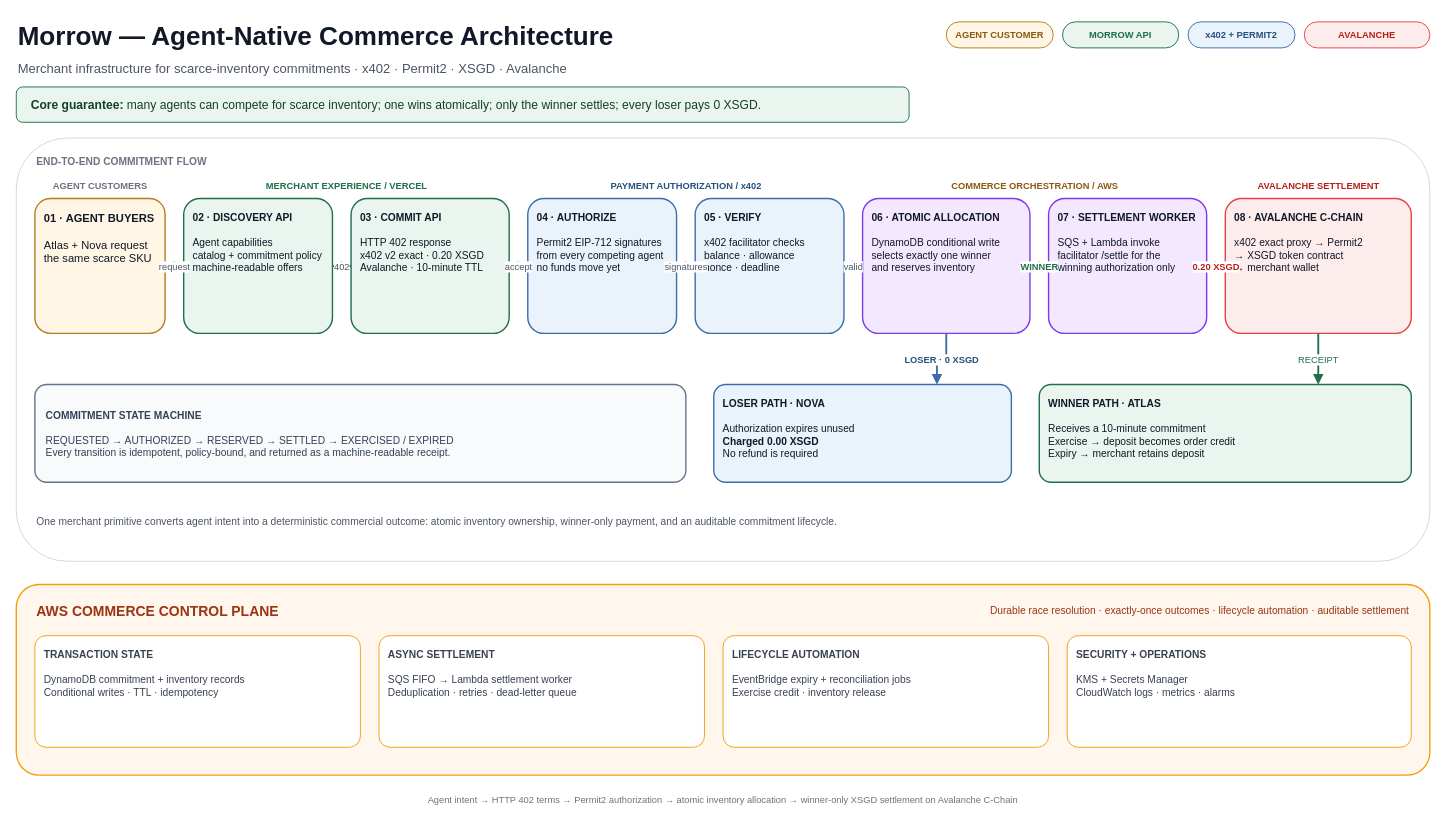
Earlier version of the draw.io diagram architecture.drawio (SaaiAravindhRaja/morrow-agent-commerce). Source tidied: cells renumbered, new cells numbered last; positions are measured from the earlier drawing's top-left corner, leaving out a move shared by most shapes. Both pictures are drawn from the tidied source at 93%, with x=0, y=0 at pixel (16, 16).
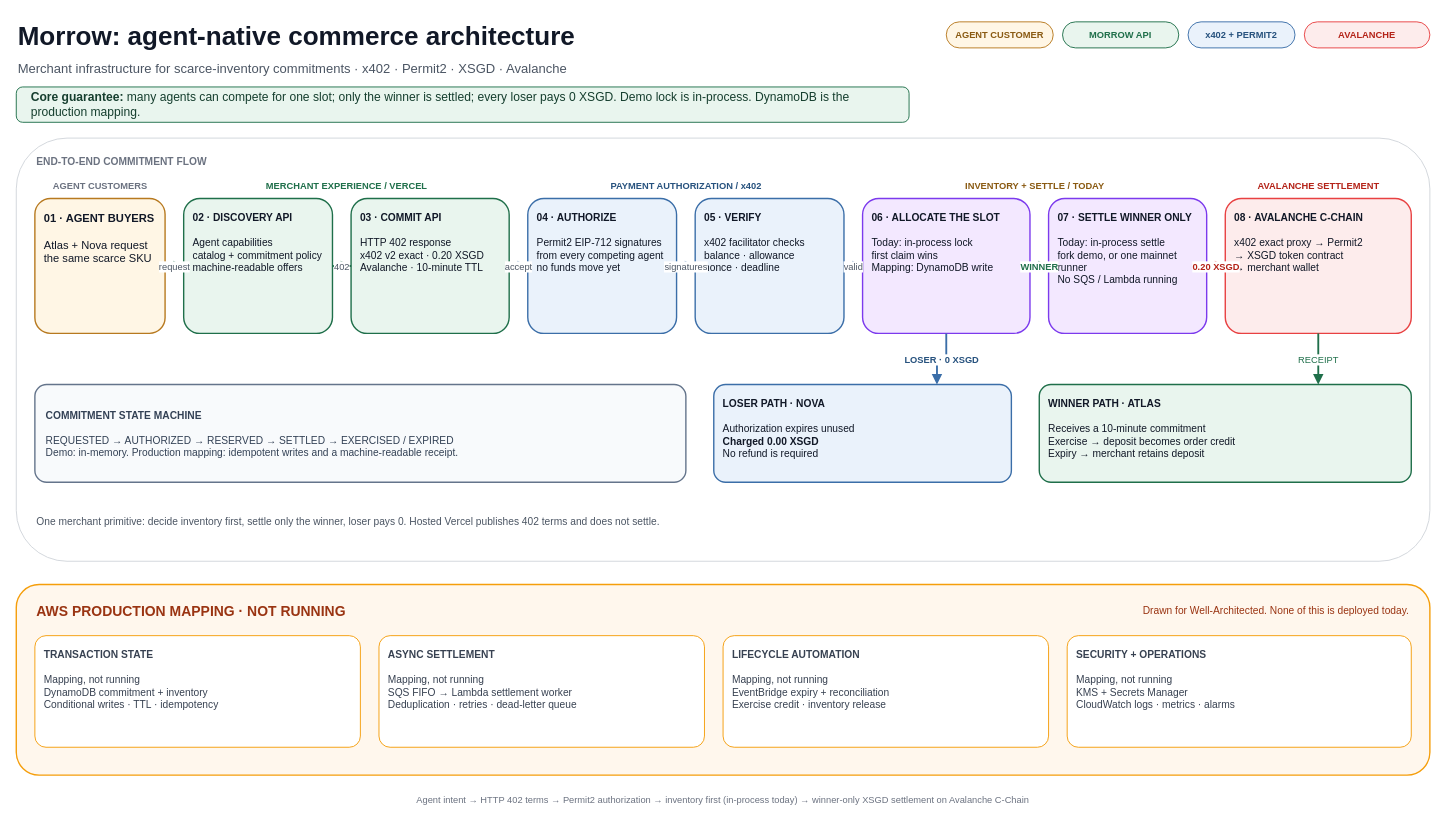
After the change.

Commit message (it also covers changes not shown here):
Label the drawio honestly: in-process today, AWS is a mapping

Boxes 06 and 07 no longer claim DynamoDB or SQS are running.
The orange strip is marked production mapping, not deployed.

What changed in the source:
```diff
@@
-    <mxCell id="2" value="Morrow — Agent-Native Commerce Architecture" style="text;html=1;strokeColor=none;fillColor=none;align=left;verticalAlign=middle;whiteSpace=wrap;rounded=0;fontSize=28;fontStyle=1;fontColor=#111827;" parent="1" vertex="1">
+    <mxCell id="2" value="Morrow: agent-native commerce architecture" style="text;html=1;strokeColor=none;fillColor=none;align=left;verticalAlign=middle;whiteSpace=wrap;rounded=0;fontSize=28;fontStyle=1;fontColor=#111827;" parent="1" vertex="1">
       <mxGeometry width="950" height="42" as="geometry" />
     </mxCell>
@@
-    <mxCell id="4" value="&lt;b&gt;Core guarantee:&lt;/b&gt; many agents can compete for scarce inventory; one wins atomically; only the winner settles; every loser pays 0 XSGD." style="rounded=1;whiteSpace=wrap;html=1;arcSize=18;fillColor=#E9F5EE;strokeColor=#1F6F4A;strokeWidth=1;fontSize=13;fontColor=#153E2E;align=left;verticalAlign=middle;spacingLeft=14;" parent="1" vertex="1">
+    <mxCell id="4" value="&lt;b&gt;Core guarantee:&lt;/b&gt; many agents can compete for one slot; only the winner is settled; every loser pays 0 XSGD. Demo lock is in-process. DynamoDB is the production mapping." style="rounded=1;whiteSpace=wrap;html=1;arcSize=18;fillColor=#E9F5EE;strokeColor=#1F6F4A;strokeWidth=1;fontSize=13;fontColor=#153E2E;align=left;verticalAlign=middle;spacingLeft=14;" parent="1" vertex="1">
       <mxGeometry y="76" width="960" height="38" as="geometry" />
     </mxCell>
@@
-    <mxCell id="14" value="COMMERCE ORCHESTRATION / AWS" style="text;html=1;strokeColor=none;fillColor=none;align=center;verticalAlign=middle;fontSize=10;fontStyle=1;fontColor=#8A5A12;" parent="1" vertex="1">
+    <mxCell id="14" value="INVENTORY + SETTLE / TODAY" style="text;html=1;strokeColor=none;fillColor=none;align=center;verticalAlign=middle;fontSize=10;fontStyle=1;fontColor=#8A5A12;" parent="1" vertex="1">
       <mxGeometry x="910" y="172" width="370" height="20" as="geometry" />
     </mxCell>
@@
-    <mxCell id="21" value="&lt;div&gt;&lt;b&gt;06 · ATOMIC ALLOCATION&lt;/b&gt;&lt;br&gt;&lt;br&gt;DynamoDB conditional write&lt;br&gt;selects exactly one winner&lt;br&gt;and reserves inventory&lt;/div&gt;" style="rounded=1;whiteSpace=wrap;html=1;arcSize=12;fillColor=#F3E8FF;strokeColor=#7C3AED;strokeWidth=1.5;fontSize=11;fontColor=#111827;align=left;verticalAlign=top;spacing=10;" parent="1" vertex="1">
+    <mxCell id="21" value="&lt;div&gt;&lt;b&gt;06 · ALLOCATE THE SLOT&lt;/b&gt;&lt;br&gt;&lt;br&gt;Today: in-process lock&lt;br&gt;first claim wins&lt;br&gt;Mapping: DynamoDB write&lt;/div&gt;" style="rounded=1;whiteSpace=wrap;html=1;arcSize=12;fillColor=#F3E8FF;strokeColor=#7C3AED;strokeWidth=1.5;fontSize=11;fontColor=#111827;align=left;verticalAlign=top;spacing=10;" parent="1" vertex="1">
       <mxGeometry x="910" y="196" width="180" height="145" as="geometry" />
     </mxCell>
-    <mxCell id="22" value="&lt;div&gt;&lt;b&gt;07 · SETTLEMENT WORKER&lt;/b&gt;&lt;br&gt;&lt;br&gt;SQS + Lambda invoke&lt;br&gt;facilitator /settle for the&lt;br&gt;winning authorization only&lt;/div&gt;" style="rounded=1;whiteSpace=wrap;html=1;arcSize=12;fillColor=#F3E8FF;strokeColor=#7C3AED;strokeWidth=1.5;fontSize=11;fontColor=#111827;align=left;verticalAlign=top;spacing=10;" parent="1" vertex="1">
+    <mxCell id="22" value="&lt;div&gt;&lt;b&gt;07 · SETTLE WINNER ONLY&lt;/b&gt;&lt;br&gt;&lt;br&gt;Today: in-process settle&lt;br&gt;fork demo, or one mainnet runner&lt;br&gt;No SQS / Lambda running&lt;/div&gt;" style="rounded=1;whiteSpace=wrap;html=1;arcSize=12;fillColor=#F3E8FF;strokeColor=#7C3AED;strokeWidth=1.5;fontSize=11;fontColor=#111827;align=left;verticalAlign=top;spacing=10;" parent="1" vertex="1">
       <mxGeometry x="1110" y="196" width="170" height="145" as="geometry" />
     </mxCell>
@@
-    <mxCell id="24" value="&lt;div&gt;&lt;b&gt;COMMITMENT STATE MACHINE&lt;/b&gt;&lt;br&gt;&lt;br&gt;REQUESTED → AUTHORIZED → RESERVED → SETTLED → EXERCISED / EXPIRED&lt;br&gt;Every transition is idempotent, policy-bound, and returned as a machine-readable receipt.&lt;/div&gt;" style="rounded=1;whiteSpace=wrap;html=1;arcSize=12;fillColor=#F8FAFC;strokeColor=#64748B;strokeWidth=1.5;fontSize=11;fontColor=#334155;align=left;verticalAlign=middle;spacing=12;" parent="1" vertex="1">
+    <mxCell id="24" value="&lt;div&gt;&lt;b&gt;COMMITMENT STATE MACHINE&lt;/b&gt;&lt;br&gt;&lt;br&gt;REQUESTED → AUTHORIZED → RESERVED → SETTLED → EXERCISED / EXPIRED&lt;br&gt;Demo: in-memory. Production mapping: idempotent writes and a machine-readable receipt.&lt;/div&gt;" style="rounded=1;whiteSpace=wrap;html=1;arcSize=12;fillColor=#F8FAFC;strokeColor=#64748B;strokeWidth=1.5;fontSize=11;fontColor=#334155;align=left;verticalAlign=middle;spacing=12;" parent="1" vertex="1">
       <mxGeometry x="20" y="396" width="700" height="105" as="geometry" />
     </mxCell>
@@
-    <mxCell id="27" value="One merchant primitive converts agent intent into a deterministic commercial outcome: atomic inventory ownership, winner-only payment, and an auditable commitment lifecycle." style="text;html=1;strokeColor=none;fillColor=none;align=left;verticalAlign=middle;whiteSpace=wrap;fontSize=11;fontColor=#4B5563;" parent="1" vertex="1">
+    <mxCell id="27" value="One merchant primitive: decide inventory first, settle only the winner, loser pays 0. Hosted Vercel publishes 402 terms and does not settle." style="text;html=1;strokeColor=none;fillColor=none;align=left;verticalAlign=middle;whiteSpace=wrap;fontSize=11;fontColor=#4B5563;" parent="1" vertex="1">
       <mxGeometry x="20" y="524" width="1480" height="40" as="geometry" />
     </mxCell>
@@
-    <mxCell id="38" value="AWS COMMERCE CONTROL PLANE" style="text;html=1;strokeColor=none;fillColor=none;align=left;verticalAlign=middle;whiteSpace=wrap;fontSize=15;fontStyle=1;fontColor=#9A3412;" parent="1" vertex="1">
+    <mxCell id="38" value="AWS PRODUCTION MAPPING · NOT RUNNING" style="text;html=1;strokeColor=none;fillColor=none;align=left;verticalAlign=middle;whiteSpace=wrap;fontSize=15;fontStyle=1;fontColor=#9A3412;" parent="1" vertex="1">
       <mxGeometry x="20" y="624" width="500" height="30" as="geometry" />
     </mxCell>
-    <mxCell id="39" value="Durable race resolution · exactly-once outcomes · lifecycle automation · auditable settlement" style="text;html=1;strokeColor=none;fillColor=none;align=right;verticalAlign=middle;whiteSpace=wrap;fontSize=11;fontColor=#9A3412;" parent="1" vertex="1">
+    <mxCell id="39" value="Drawn for Well-Architected. None of this is deployed today." style="text;html=1;strokeColor=none;fillColor=none;align=right;verticalAlign=middle;whiteSpace=wrap;fontSize=11;fontColor=#9A3412;" parent="1" vertex="1">
       <mxGeometry x="720" y="624" width="780" height="30" as="geometry" />
     </mxCell>
-    <mxCell id="40" value="&lt;b&gt;TRANSACTION STATE&lt;/b&gt;&lt;br&gt;&lt;br&gt;DynamoDB commitment + inventory records&lt;br&gt;Conditional writes · TTL · idempotency" style="rounded=1;whiteSpace=wrap;html=1;arcSize=10;fillColor=#FFFFFF;strokeColor=#F59E0B;fontSize=11;fontColor=#374151;align=left;verticalAlign=top;spacing=10;" parent="1" vertex="1">
+    <mxCell id="40" value="&lt;b&gt;TRANSACTION STATE&lt;/b&gt;&lt;br&gt;&lt;br&gt;Mapping, not running&lt;br&gt;DynamoDB commitment + inventory&lt;br&gt;Conditional writes · TTL · idempotency" style="rounded=1;whiteSpace=wrap;html=1;arcSize=10;fillColor=#FFFFFF;strokeColor=#F59E0B;fontSize=11;fontColor=#374151;align=left;verticalAlign=top;spacing=10;" parent="1" vertex="1">
       <mxGeometry x="20" y="666" width="350" height="120" as="geometry" />
     </mxCell>
-    <mxCell id="41" value="&lt;b&gt;ASYNC SETTLEMENT&lt;/b&gt;&lt;br&gt;&lt;br&gt;SQS FIFO → Lambda settlement worker&lt;br&gt;Deduplication · retries · dead-letter queue" style="rounded=1;whiteSpace=wrap;html=1;arcSize=10;fillColor=#FFFFFF;strokeColor=#F59E0B;fontSize=11;fontColor=#374151;align=left;verticalAlign=top;spacing=10;" parent="1" vertex="1">
+    <mxCell id="41" value="&lt;b&gt;ASYNC SETTLEMENT&lt;/b&gt;&lt;br&gt;&lt;br&gt;Mapping, not running&lt;br&gt;SQS FIFO → Lambda settlement worker&lt;br&gt;Deduplication · retries · dead-letter queue" style="rounded=1;whiteSpace=wrap;html=1;arcSize=10;fillColor=#FFFFFF;strokeColor=#F59E0B;fontSize=11;fontColor=#374151;align=left;verticalAlign=top;spacing=10;" parent="1" vertex="1">
       <mxGeometry x="390" y="666" width="350" height="120" as="geometry" />
     </mxCell>
-    <mxCell id="42" value="&lt;b&gt;LIFECYCLE AUTOMATION&lt;/b&gt;&lt;br&gt;&lt;br&gt;EventBridge expiry + reconciliation jobs&lt;br&gt;Exercise credit · inventory release" style="rounded=1;whiteSpace=wrap;html=1;arcSize=10;fillColor=#FFFFFF;strokeColor=#F59E0B;fontSize=11;fontColor=#374151;align=left;verticalAlign=top;spacing=10;" parent="1" vertex="1">
+    <mxCell id="42" value="&lt;b&gt;LIFECYCLE AUTOMATION&lt;/b&gt;&lt;br&gt;&lt;br&gt;Mapping, not running&lt;br&gt;EventBridge expiry + reconciliation&lt;br&gt;Exercise credit · inventory release" style="rounded=1;whiteSpace=wrap;html=1;arcSize=10;fillColor=#FFFFFF;strokeColor=#F59E0B;fontSize=11;fontColor=#374151;align=left;verticalAlign=top;spacing=10;" parent="1" vertex="1">
       <mxGeometry x="760" y="666" width="350" height="120" as="geometry" />
     </mxCell>
-    <mxCell id="43" value="&lt;b&gt;SECURITY + OPERATIONS&lt;/b&gt;&lt;br&gt;&lt;br&gt;KMS + Secrets Manager&lt;br&gt;CloudWatch logs · metrics · alarms" style="rounded=1;whiteSpace=wrap;html=1;arcSize=10;fillColor=#FFFFFF;strokeColor=#F59E0B;fontSize=11;fontColor=#374151;align=left;verticalAlign=top;spacing=10;" parent="1" vertex="1">
+    <mxCell id="43" value="&lt;b&gt;SECURITY + OPERATIONS&lt;/b&gt;&lt;br&gt;&lt;br&gt;Mapping, not running&lt;br&gt;KMS + Secrets Manager&lt;br&gt;CloudWatch logs · metrics · alarms" style="rounded=1;whiteSpace=wrap;html=1;arcSize=10;fillColor=#FFFFFF;strokeColor=#F59E0B;fontSize=11;fontColor=#374151;align=left;verticalAlign=top;spacing=10;" parent="1" vertex="1">
       <mxGeometry x="1130" y="666" width="370" height="120" as="geometry" />
     </mxCell>
-    <mxCell id="44" value="Agent intent → HTTP 402 terms → Permit2 authorization → atomic inventory allocation → winner-only XSGD settlement on Avalanche C-Chain" style="text;html=1;strokeColor=none;fillColor=none;align=center;verticalAlign=middle;whiteSpace=wrap;fontSize=10;fontColor=#6B7280;" parent="1" vertex="1">
+    <mxCell id="44" value="Agent intent → HTTP 402 terms → Permit2 authorization → inventory first (in-process today) → winner-only XSGD settlement on Avalanche C-Chain" style="text;html=1;strokeColor=none;fillColor=none;align=center;verticalAlign=middle;whiteSpace=wrap;fontSize=10;fontColor=#6B7280;" parent="1" vertex="1">
       <mxGeometry y="828" width="1520" height="28" as="geometry" />
     </mxCell>
```
